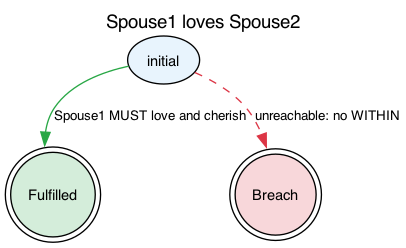
Earlier version of the Graphviz export jl4/examples/state-graphs/Spouse1lovesSpouse2.png (legalese/l4-ide). Its source is kept beside it as jl4/examples/state-graphs/Spouse1lovesSpouse2.dot. The source it was exported from:
```dot
digraph {
    graph [rankdir=TB
          ,label="Spouse1 loves Spouse2"
          ,labelloc=t
          ,fontname=Helvetica
          ,fontsize=14];
    node [fontname=Helvetica
         ,fontsize=11];
    edge [fontname=Helvetica
         ,fontsize=10];
    0 [label=initial
      ,fillcolor=white
      ,style=filled
      ,shape=ellipse
      ,fillcolor="#e8f4fd"];
    1 [label=Fulfilled
      ,fillcolor=white
      ,style=filled
      ,shape=doublecircle
      ,fillcolor="#d4edda"];
    2 [label=Breach
      ,fillcolor=white
      ,style=filled
      ,shape=doublecircle
      ,fillcolor="#f8d7da"];
    0 -> 1 [label="Spouse1 MUST love and cherish"
           ,color="#28a745"
           ,style=solid];
    0 -> 2 [label="unreachable: no WITHIN"
           ,color="#dc3545"
           ,style=dashed];
}
```
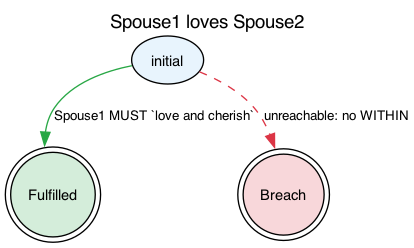
Later version of the same file.

What changed in the source:
```diff
@@ -23,7 +23,7 @@
       ,style=filled
       ,shape=doublecircle
       ,fillcolor="#f8d7da"];
-    0 -> 1 [label="Spouse1 MUST love and cherish"
+    0 -> 1 [label="Spouse1 MUST `love and cherish`"
            ,color="#28a745"
            ,style=solid];
     0 -> 2 [label="unreachable: no WITHIN"
```
